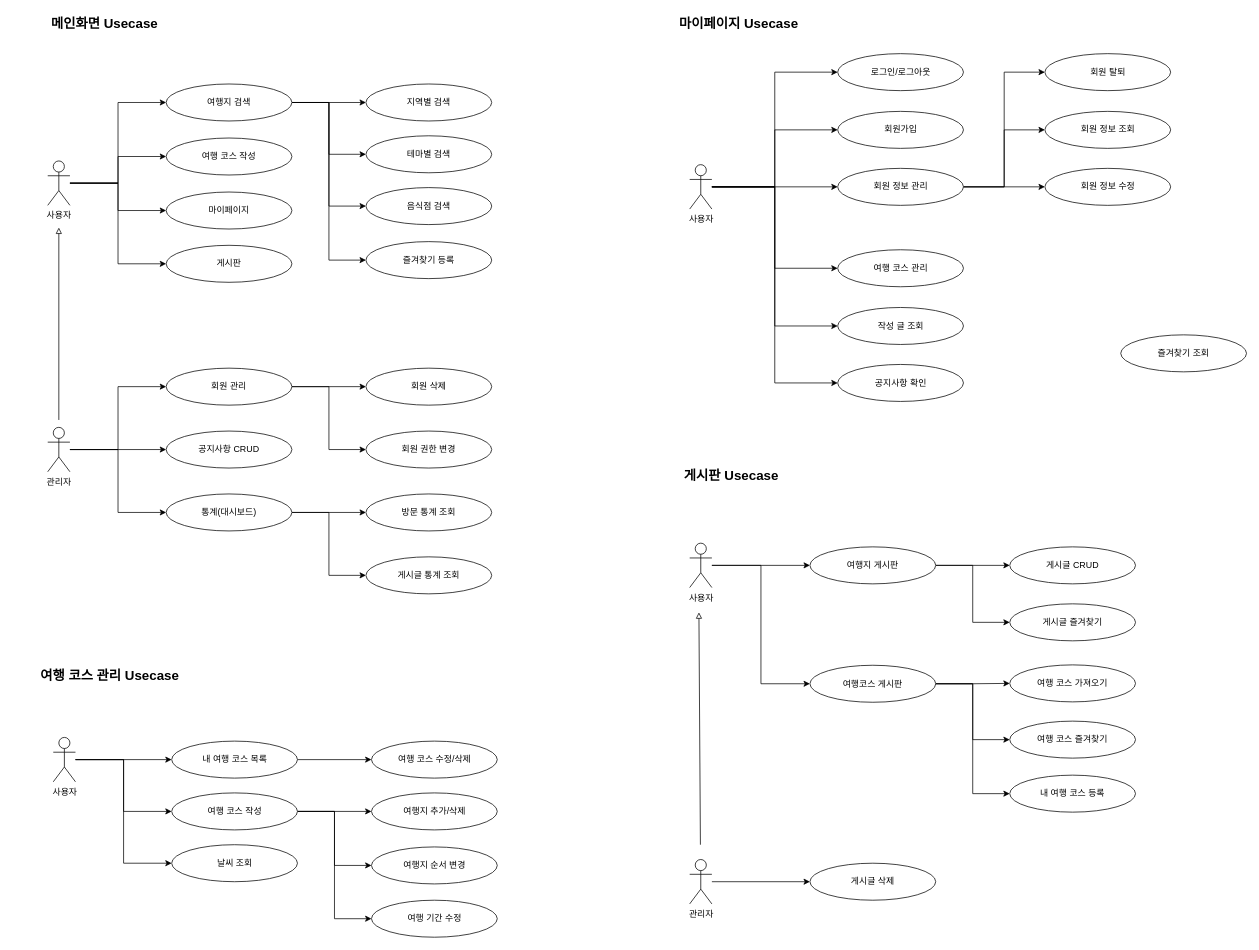
Before: docs/Usecase.drawio in YDaewon/TripLog, a draw.io diagram. Source tidied: cells renumbered, new cells numbered last; positions are measured from the earlier drawing's top-left corner, leaving out a move shared by most shapes. Both pictures are drawn from the tidied source at 74%, with x=0, y=0 at pixel (12, 13).
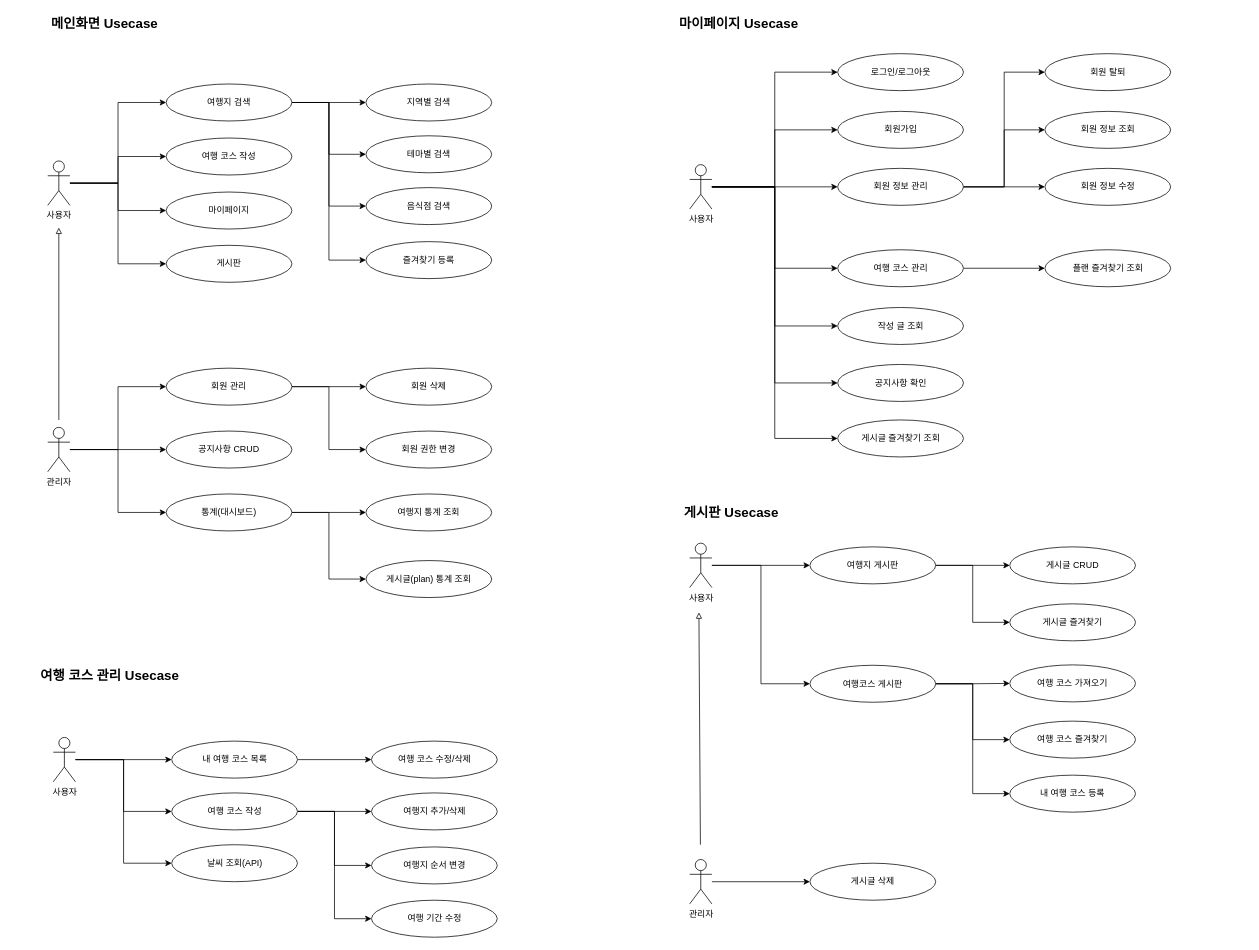
Above is the later version.

Commit message (it also covers changes not shown here):
Add Schema, UseCase

Unchanged cells that the change refers to:
```xml
<mxCell id="48" value="사용자" style="shape=umlActor;verticalLabelPosition=bottom;verticalAlign=top;html=1;outlineConnect=0;" parent="1" vertex="1">
  <mxGeometry x="915.5" y="205" width="30" height="60" as="geometry" />
</mxCell>
<mxCell id="55" value="여행 코스 관리" style="ellipse;whiteSpace=wrap;html=1;" parent="1" vertex="1">
  <mxGeometry x="1115.5" y="320" width="170" height="50" as="geometry" />
</mxCell>
```

Change to the diagram source:
```diff
@@
     <mxCell id="20" value="&lt;b&gt;&lt;font style=&quot;font-size: 18px;&quot;&gt;게시판 Usecase&lt;/font&gt;&lt;/b&gt;" style="text;html=1;align=center;verticalAlign=middle;whiteSpace=wrap;rounded=0;" parent="1" vertex="1">
-      <mxGeometry x="848" y="610" width="247.5" height="30" as="geometry" />
+      <mxGeometry x="848" y="660" width="247.5" height="30" as="geometry" />
     </mxCell>
@@
-    <mxCell id="40" value="방문 통계 조회" style="ellipse;whiteSpace=wrap;html=1;" parent="1" vertex="1">
+    <mxCell id="40" value="여행지 통계 조회" style="ellipse;whiteSpace=wrap;html=1;" parent="1" vertex="1">
       <mxGeometry x="478" y="650" width="170" height="50" as="geometry" />
     </mxCell>
-    <mxCell id="41" value="게시글 통계 조회" style="ellipse;whiteSpace=wrap;html=1;" parent="1" vertex="1">
-      <mxGeometry x="478" y="735" width="170" height="50" as="geometry" />
+    <mxCell id="41" value="게시글(plan&lt;span style=&quot;background-color: initial;&quot;&gt;) 통계 조회&lt;/span&gt;" style="ellipse;whiteSpace=wrap;html=1;" parent="1" vertex="1">
+      <mxGeometry x="478" y="740" width="170" height="50" as="geometry" />
     </mxCell>
@@
+    <mxCell id="93" style="edgeStyle=orthogonalEdgeStyle;rounded=0;jettySize=auto;html=1;entryX=0;entryY=0.5;entryDx=0;entryDy=0;" parent="1" edge="1" source="48" target="95">
+      <mxGeometry relative="1" as="geometry" />
+    </mxCell>
@@
+    <mxCell id="94" style="edgeStyle=orthogonalEdgeStyle;rounded=0;jettySize=auto;html=1;entryX=0;entryY=0.5;entryDx=0;entryDy=0;" parent="1" edge="1" source="55" target="62">
+      <mxGeometry relative="1" as="geometry" />
+    </mxCell>
@@
-    <mxCell id="62" value="즐겨찾기 조회" style="ellipse;whiteSpace=wrap;html=1;" parent="1" vertex="1">
-      <mxGeometry x="1498" y="435" width="170" height="50" as="geometry" />
+    <mxCell id="62" value="플랜 즐겨찾기 조회" style="ellipse;whiteSpace=wrap;html=1;" parent="1" vertex="1">
+      <mxGeometry x="1395.5" y="320" width="170" height="50" as="geometry" />
     </mxCell>
@@
-    <mxCell id="82" value="날씨 조회" style="ellipse;whiteSpace=wrap;html=1;" parent="1" vertex="1">
+    <mxCell id="82" value="날씨 조회(API)" style="ellipse;whiteSpace=wrap;html=1;" parent="1" vertex="1">
       <mxGeometry x="215.5" y="1124" width="170" height="50" as="geometry" />
     </mxCell>
@@
+    <mxCell id="95" value="게시글 즐겨찾기 조회" style="ellipse;whiteSpace=wrap;html=1;" parent="1" vertex="1">
+      <mxGeometry x="1115.5" y="550" width="170" height="50" as="geometry" />
+    </mxCell>
```
